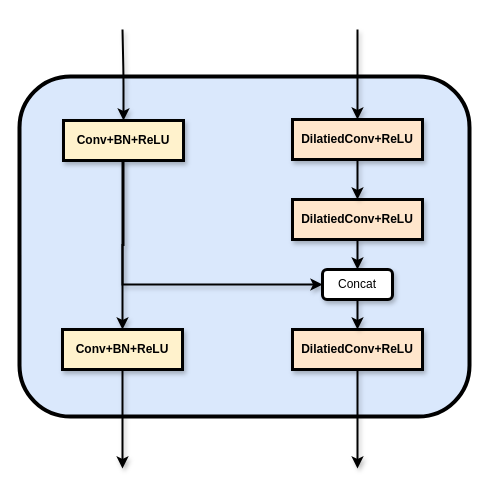
Before: Asymmetric_Cross_Path/Untitled Diagram.drawio in KopiSoftware/draw_cc_cloud, a draw.io diagram. Source tidied: cells renumbered, new cells numbered last; positions are measured from the earlier drawing's top-left corner, leaving out a move shared by most shapes. Both pictures are drawn from the tidied source at 100%, with x=0, y=0 at pixel (19, 29).
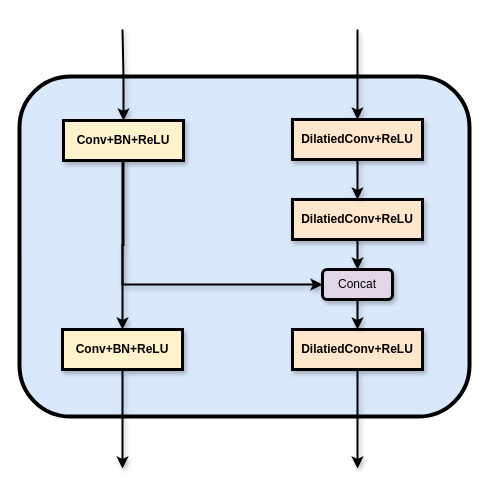
The same diagram, later.

Diff of the diagram source:
```diff
@@
-    <mxCell id="17" value="Concat" style="rounded=1;whiteSpace=wrap;html=1;strokeWidth=3;shadow=1;" parent="1" vertex="1">
+    <mxCell id="17" value="Concat" style="rounded=1;whiteSpace=wrap;html=1;strokeWidth=3;shadow=1;fillColor=#e1d5e7;strokeColor=#000000;" parent="1" vertex="1">
       <mxGeometry x="303" y="240" width="70" height="30" as="geometry" />
     </mxCell>
```
